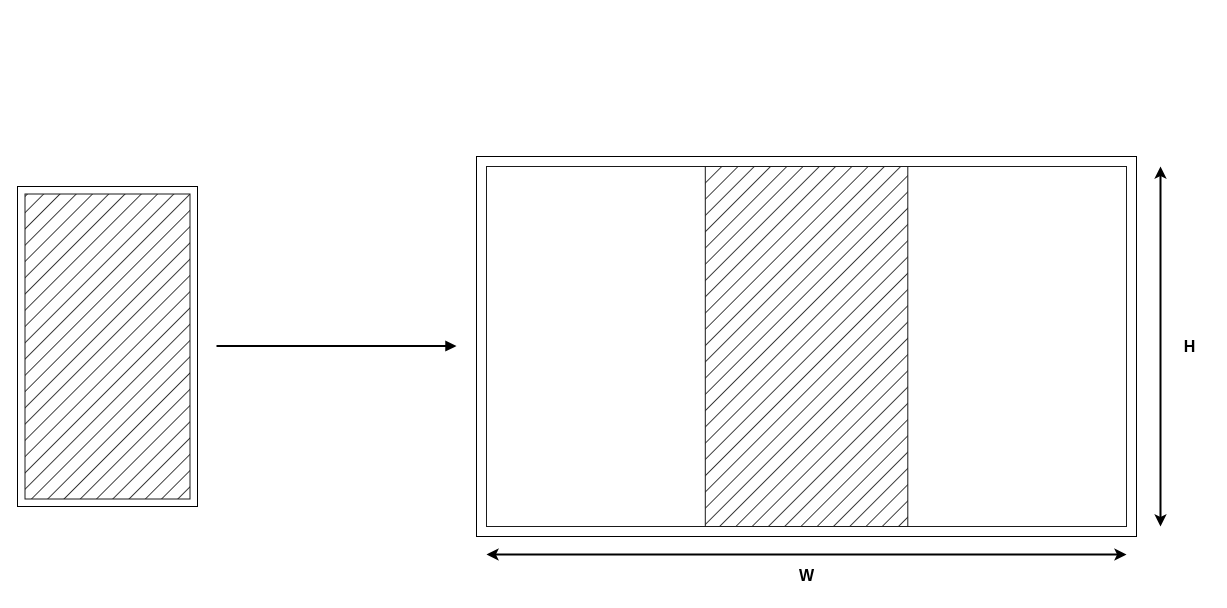
Earlier version of the draw.io diagram Miracast竖屏投屏.drawio (qjzh0603/drawio). Source tidied: cells renumbered, new cells numbered last; positions are measured from the earlier drawing's top-left corner, leaving out a move shared by most shapes. Both pictures are drawn from the tidied source at 100%, with x=0, y=0 at pixel (17, 156).
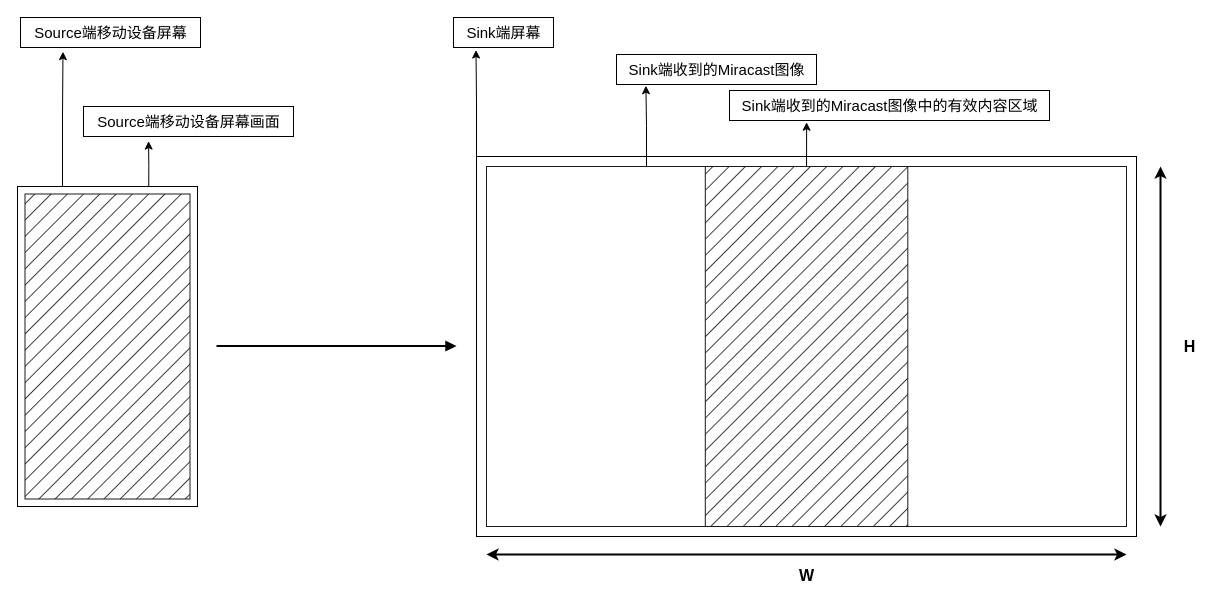
After the change.

Commit message:
更新Miracast竖屏投屏.drawio

Unchanged cells that the change refers to:
```xml
<mxCell id="2" style="group;" parent="1" vertex="1">
  <mxGeometry x="459" width="660" height="380" as="geometry" />
</mxCell>
<mxCell id="3" style="rounded=0;whiteSpace=wrap;html=1;fillStyle=hatch;strokeColor=#1A1A1A;fillColor=none;gradientColor=none;" parent="2" vertex="1">
  <mxGeometry x="10" y="10" width="640" height="360" as="geometry" />
</mxCell>
<mxCell id="5" style="rounded=0;whiteSpace=wrap;html=1;fillStyle=hatch;strokeColor=#1A1A1A;fillColor=#000000;gradientColor=none;" parent="2" vertex="1">
  <mxGeometry x="228.8" y="10" width="202.5" height="360" as="geometry" />
</mxCell>
<mxCell id="7" style="rounded=0;whiteSpace=wrap;html=1;" parent="6" vertex="1">
  <mxGeometry width="180" height="320" as="geometry" />
</mxCell>
<mxCell id="8" style="rounded=0;whiteSpace=wrap;html=1;fillColor=#000000;fillStyle=hatch;gradientColor=none;strokeColor=#1A1A1A;" parent="6" vertex="1">
  <mxGeometry x="7.5" y="7.5" width="165" height="305" as="geometry" />
</mxCell>
```

Diff of the diagram source:
```diff
@@
+    <mxCell id="4" style="rounded=0;whiteSpace=wrap;html=1;fillColor=none;" parent="1" vertex="1">
+      <mxGeometry x="459" width="660" height="380" as="geometry" />
+    </mxCell>
@@
-    <mxCell id="4" style="rounded=0;whiteSpace=wrap;html=1;fillColor=none;" parent="2" vertex="1">
-      <mxGeometry width="660" height="380" as="geometry" />
-    </mxCell>
@@
+    <mxCell id="14" style="edgeStyle=orthogonalEdgeStyle;rounded=0;jettySize=auto;html=1;exitX=0.25;exitY=0;exitDx=0;exitDy=0;entryX=0.236;entryY=1.139;entryDx=0;entryDy=0;entryPerimeter=0;" parent="1" edge="1" source="7" target="26">
+      <mxGeometry relative="1" as="geometry" />
+    </mxCell>
+    <mxCell id="15" style="edgeStyle=orthogonalEdgeStyle;rounded=0;jettySize=auto;html=1;exitX=0.75;exitY=0;exitDx=0;exitDy=0;fontSize=15;entryX=0.31;entryY=1.154;entryDx=0;entryDy=0;entryPerimeter=0;" parent="1" edge="1" source="8" target="25">
+      <mxGeometry relative="1" as="geometry" />
+    </mxCell>
+    <mxCell id="16" style="edgeStyle=orthogonalEdgeStyle;rounded=0;jettySize=auto;html=1;exitX=0;exitY=0;exitDx=0;exitDy=0;fontSize=15;entryX=0.225;entryY=1.084;entryDx=0;entryDy=0;entryPerimeter=0;" parent="1" edge="1" source="4" target="17">
+      <mxGeometry relative="1" as="geometry" />
+    </mxCell>
+    <mxCell id="17" value="Sink端屏幕" style="text;html=1;align=center;verticalAlign=middle;points=[];strokeColor=default;fillColor=none;fontSize=15;" parent="1" vertex="1">
+      <mxGeometry x="436" y="-139" width="100" height="30" as="geometry" />
+    </mxCell>
+    <mxCell id="18" style="edgeStyle=orthogonalEdgeStyle;rounded=0;jettySize=auto;html=1;exitX=0.25;exitY=0;exitDx=0;exitDy=0;fontSize=15;entryX=0.147;entryY=1.04;entryDx=0;entryDy=0;entryPerimeter=0;" parent="1" edge="1" source="3" target="19">
+      <mxGeometry relative="1" as="geometry" />
+    </mxCell>
+    <mxCell id="19" value="Sink端收到的Miracast图像" style="text;html=1;align=center;verticalAlign=middle;points=[];strokeColor=default;fillColor=none;fontSize=15;" parent="1" vertex="1">
+      <mxGeometry x="599" y="-102" width="200" height="30" as="geometry" />
+    </mxCell>
+    <mxCell id="20" style="edgeStyle=orthogonalEdgeStyle;rounded=0;jettySize=auto;html=1;exitX=0.5;exitY=0;exitDx=0;exitDy=0;fontSize=15;entryX=0.241;entryY=1.058;entryDx=0;entryDy=0;entryPerimeter=0;" parent="1" edge="1" source="5" target="21">
+      <mxGeometry relative="1" as="geometry" />
+    </mxCell>
+    <mxCell id="21" value="Sink端收到的Miracast图像中的有效内容区域" style="text;html=1;align=center;verticalAlign=middle;points=[];strokeColor=default;fillColor=none;fontSize=15;" parent="1" vertex="1">
+      <mxGeometry x="712" y="-66" width="320" height="30" as="geometry" />
+    </mxCell>
+    <mxCell id="22" style="group;" parent="1" vertex="1">
+      <mxGeometry y="30" width="180" height="320" as="geometry" />
+    </mxCell>
+    <mxCell id="23" style="rounded=0;whiteSpace=wrap;html=1;" parent="22" vertex="1">
+      <mxGeometry width="180" height="320" as="geometry" />
+    </mxCell>
+    <mxCell id="24" style="rounded=0;whiteSpace=wrap;html=1;fillColor=#000000;fillStyle=hatch;gradientColor=none;strokeColor=#1A1A1A;" parent="22" vertex="1">
+      <mxGeometry x="7.5" y="7.5" width="165" height="305" as="geometry" />
+    </mxCell>
+    <mxCell id="25" value="Source端移动设备屏幕画面" style="text;html=1;align=center;verticalAlign=middle;points=[];strokeColor=default;fillColor=none;fontSize=15;" parent="1" vertex="1">
+      <mxGeometry x="66" y="-50" width="210" height="30" as="geometry" />
+    </mxCell>
+    <mxCell id="26" value="Source端移动设备屏幕" style="text;html=1;align=center;verticalAlign=middle;points=[];strokeColor=default;fillColor=none;fontSize=15;" parent="1" vertex="1">
+      <mxGeometry x="3" y="-139" width="180" height="30" as="geometry" />
+    </mxCell>
```
